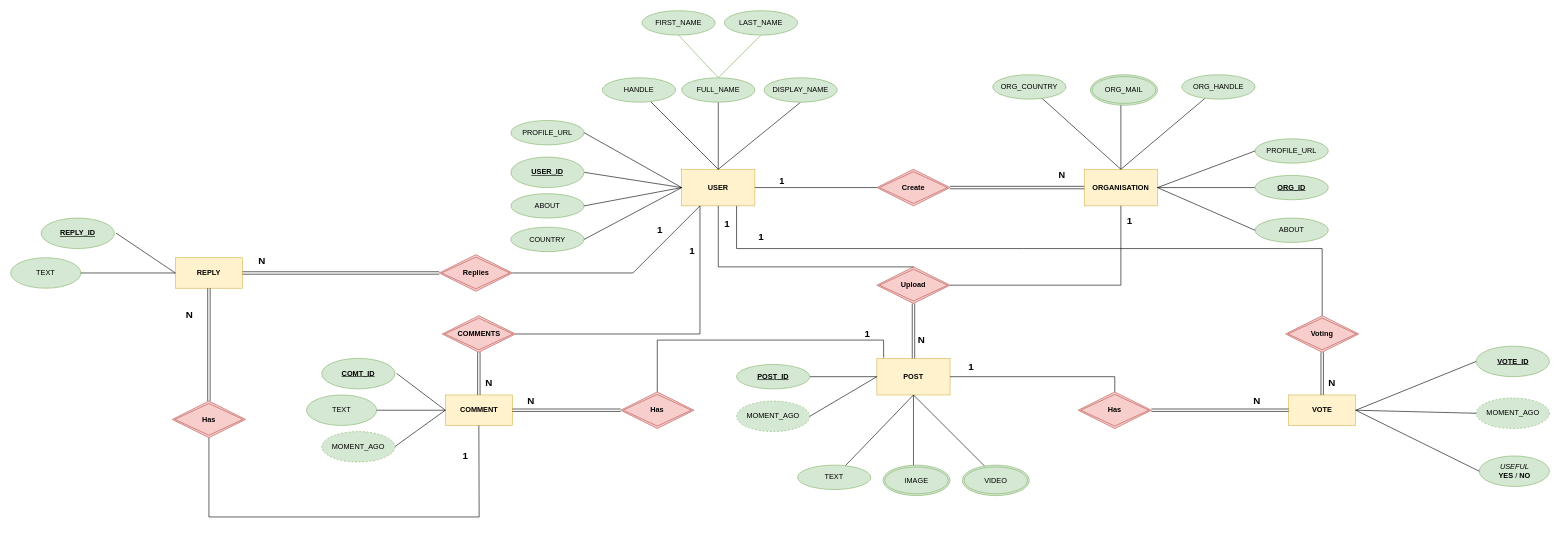
Above: codelabz.drawio in mohdhaider07/DrumKit (draw.io), before the change. Source tidied: cells renumbered, new cells numbered last; positions are measured from the earlier drawing's top-left corner, leaving out a move shared by most shapes. Both pictures are drawn from the tidied source at 61%, with x=0, y=0 at pixel (10, 10).
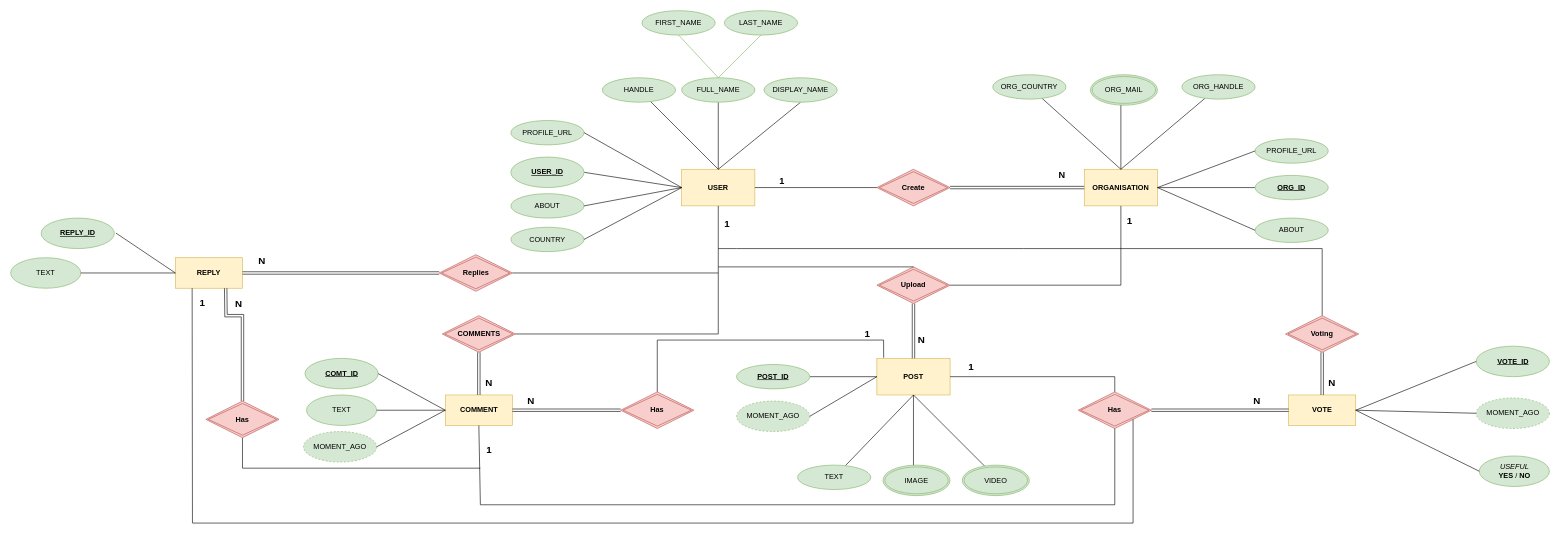
Above is the later version.

Unchanged cells that the change refers to:
```xml
<mxCell id="2" value="USER" style="rounded=0;whiteSpace=wrap;html=1;fillColor=#fff2cc;strokeColor=#d6b656;fontStyle=1;" parent="1" vertex="1">
  <mxGeometry x="1100" y="260" width="120" height="60" as="geometry" />
</mxCell>
<mxCell id="57" value="COMMENT" style="whiteSpace=wrap;html=1;align=center;fontStyle=1;fillColor=#fff2cc;strokeColor=#d6b656;" parent="1" vertex="1">
  <mxGeometry x="712.5" y="630" width="110" height="50" as="geometry" />
</mxCell>
<mxCell id="64" value="COMMENTS" style="shape=rhombus;double=1;perimeter=rhombusPerimeter;whiteSpace=wrap;html=1;align=center;fillColor=#f8cecc;strokeColor=#b85450;fontStyle=1;" parent="1" vertex="1">
  <mxGeometry x="707.5" y="500" width="120" height="60" as="geometry" />
</mxCell>
<mxCell id="82" value="Voting" style="shape=rhombus;double=1;perimeter=rhombusPerimeter;whiteSpace=wrap;html=1;align=center;fontStyle=1;fillColor=#f8cecc;strokeColor=#b85450;" parent="1" vertex="1">
  <mxGeometry x="2090" y="500" width="120" height="60" as="geometry" />
</mxCell>
<mxCell id="87" value="Has" style="shape=rhombus;double=1;perimeter=rhombusPerimeter;whiteSpace=wrap;html=1;align=center;fillColor=#f8cecc;strokeColor=#b85450;fontStyle=1;" parent="1" vertex="1">
  <mxGeometry x="1750" y="625" width="120" height="60" as="geometry" />
</mxCell>
<mxCell id="90" value="REPLY" style="whiteSpace=wrap;html=1;align=center;fontStyle=1;fillColor=#fff2cc;strokeColor=#d6b656;" parent="1" vertex="1">
  <mxGeometry x="270" y="405" width="110" height="50" as="geometry" />
</mxCell>
<mxCell id="94" value="Replies" style="shape=rhombus;double=1;perimeter=rhombusPerimeter;whiteSpace=wrap;html=1;align=center;fillColor=#f8cecc;strokeColor=#b85450;fontStyle=1;" parent="1" vertex="1">
  <mxGeometry x="702.5" y="400" width="120" height="60" as="geometry" />
</mxCell>
```

Change to the diagram source:
```diff
@@
-    <mxCell id="26" value="1" style="text;html=1;align=center;verticalAlign=middle;strokeColor=none;fillColor=none;fontSize=16;fontStyle=1;" parent="1" vertex="1">
-      <mxGeometry x="1215" y="355" width="30" height="30" as="geometry" />
-    </mxCell>
@@
     <mxCell id="59" value="COMT_ID" style="ellipse;whiteSpace=wrap;html=1;align=center;fontStyle=5;fillColor=#d5e8d4;strokeColor=#82b366;" parent="1" vertex="1">
-      <mxGeometry x="510" y="570" width="120" height="50" as="geometry" />
+      <mxGeometry x="482.5" y="570" width="120" height="50" as="geometry" />
     </mxCell>
     <mxCell id="60" value="MOMENT_AGO" style="ellipse;whiteSpace=wrap;html=1;align=center;dashed=1;fillColor=#d5e8d4;strokeColor=#82b366;fontStyle=0;" parent="1" vertex="1">
-      <mxGeometry x="510" y="690" width="120" height="50" as="geometry" />
+      <mxGeometry x="480" y="690" width="120" height="50" as="geometry" />
     </mxCell>
-    <mxCell id="61" style="endArrow=none;html=1;rounded=0;entryX=0;entryY=0.5;entryDx=0;entryDy=0;" parent="1" edge="1" target="57">
-      <mxGeometry relative="1" as="geometry">
-        <mxPoint x="632.5" y="594.5" as="sourcePoint" />
-      </mxGeometry>
+    <mxCell id="61" style="endArrow=none;html=1;rounded=0;entryX=0;entryY=0.5;entryDx=0;entryDy=0;exitX=1;exitY=0.5;exitDx=0;exitDy=0;" parent="1" edge="1" source="59" target="57">
+      <mxGeometry relative="1" as="geometry" />
     </mxCell>
@@
-    <mxCell id="63" style="endArrow=none;html=1;rounded=0;entryX=0;entryY=0.5;entryDx=0;entryDy=0;" parent="1" edge="1" target="57">
-      <mxGeometry relative="1" as="geometry">
-        <mxPoint x="630" y="714.5" as="sourcePoint" />
-      </mxGeometry>
+    <mxCell id="63" style="endArrow=none;html=1;rounded=0;entryX=0;entryY=0.5;entryDx=0;entryDy=0;exitX=1;exitY=0.5;exitDx=0;exitDy=0;" parent="1" edge="1" source="60" target="57">
+      <mxGeometry relative="1" as="geometry" />
     </mxCell>
@@
-    <mxCell id="67" style="endArrow=none;html=1;rounded=0;entryX=0.25;entryY=1;entryDx=0;entryDy=0;exitX=1;exitY=0.5;exitDx=0;exitDy=0;" parent="1" edge="1" source="64" target="2">
+    <mxCell id="67" style="endArrow=none;html=1;rounded=0;exitX=1;exitY=0.5;exitDx=0;exitDy=0;" parent="1" edge="1" source="64">
       <mxGeometry relative="1" as="geometry">
+        <mxPoint x="1160" y="420" as="targetPoint" />
         <Array as="points">
           <mxPoint x="1130" y="530" />
-          <mxPoint x="1130" y="380" />
+          <mxPoint x="1160" y="530" />
         </Array>
       </mxGeometry>
     </mxCell>
@@
-    <mxCell id="73" style="endArrow=none;html=1;rounded=0;exitX=0.75;exitY=1;exitDx=0;exitDy=0;entryX=0.5;entryY=0;entryDx=0;entryDy=0;" parent="1" edge="1" source="2" target="82">
+    <mxCell id="73" style="endArrow=none;html=1;rounded=0;entryX=0.5;entryY=0;entryDx=0;entryDy=0;" parent="1" edge="1" target="82">
       <mxGeometry relative="1" as="geometry">
+        <mxPoint x="1160" y="390" as="sourcePoint" />
         <Array as="points">
           <mxPoint x="1190" y="390" />
           <mxPoint x="1660" y="390" />
           <mxPoint x="2150" y="390" />
         </Array>
       </mxGeometry>
     </mxCell>
@@
-    <mxCell id="91" style="endArrow=none;html=1;rounded=0;entryX=0.25;entryY=1;entryDx=0;entryDy=0;exitX=1;exitY=0.5;exitDx=0;exitDy=0;" parent="1" edge="1" source="94" target="2">
+    <mxCell id="91" style="endArrow=none;html=1;rounded=0;exitX=1;exitY=0.5;exitDx=0;exitDy=0;" parent="1" edge="1" source="94">
       <mxGeometry relative="1" as="geometry">
+        <mxPoint x="1160" y="430" as="targetPoint" />
         <Array as="points">
           <mxPoint x="1020" y="430" />
         </Array>
       </mxGeometry>
     </mxCell>
-    <mxCell id="92" value="1" style="html=1;whiteSpace=wrap;align=right;verticalAlign=bottom;fontSize=16;fontStyle=1;" parent="91" vertex="1">
-      <mxGeometry x="1" relative="1" as="geometry">
-        <mxPoint x="-60" y="50" as="offset" />
-      </mxGeometry>
-    </mxCell>
-    <mxCell id="93" value="1" style="html=1;whiteSpace=wrap;align=right;verticalAlign=bottom;fontSize=16;fontStyle=1;" parent="1" vertex="1">
-      <mxGeometry x="1120" y="375" as="geometry">
-        <mxPoint x="3" y="30" as="offset" />
-      </mxGeometry>
-    </mxCell>
@@
-    <mxCell id="101" style="endArrow=none;html=1;rounded=0;entryX=0.5;entryY=1;entryDx=0;entryDy=0;exitX=0.5;exitY=1;exitDx=0;exitDy=0;" parent="1" edge="1" source="103" target="57">
+    <mxCell id="101" style="endArrow=none;html=1;rounded=0;exitX=0.5;exitY=1;exitDx=0;exitDy=0;" parent="1" edge="1" source="103">
       <mxGeometry relative="1" as="geometry">
+        <mxPoint x="770" y="750" as="targetPoint" />
         <Array as="points">
-          <mxPoint x="325" y="830" />
-          <mxPoint x="768" y="830" />
+          <mxPoint x="380" y="750" />
         </Array>
       </mxGeometry>
     </mxCell>
-    <mxCell id="102" value="1" style="html=1;whiteSpace=wrap;align=right;verticalAlign=bottom;fontSize=16;fontStyle=1;" parent="101" vertex="1">
-      <mxGeometry x="1" relative="1" as="geometry">
-        <mxPoint x="-17" y="60" as="offset" />
-      </mxGeometry>
-    </mxCell>
     <mxCell id="103" value="Has" style="shape=rhombus;double=1;perimeter=rhombusPerimeter;whiteSpace=wrap;html=1;align=center;fillColor=#f8cecc;strokeColor=#b85450;fontStyle=1;" parent="1" vertex="1">
-      <mxGeometry x="265" y="640" width="120" height="60" as="geometry" />
+      <mxGeometry x="320" y="640" width="120" height="60" as="geometry" />
     </mxCell>
-    <mxCell id="104" style="shape=link;html=1;rounded=0;exitX=0.5;exitY=0;exitDx=0;exitDy=0;entryX=0.5;entryY=1;entryDx=0;entryDy=0;" parent="1" edge="1" source="103" target="90">
-      <mxGeometry relative="1" as="geometry" />
+    <mxCell id="104" style="shape=link;html=1;rounded=0;exitX=0.5;exitY=0;exitDx=0;exitDy=0;entryX=0.75;entryY=1;entryDx=0;entryDy=0;" parent="1" edge="1" source="103" target="90">
+      <mxGeometry relative="1" as="geometry">
+        <Array as="points">
+          <mxPoint x="380" y="500" />
+          <mxPoint x="353" y="500" />
+        </Array>
+      </mxGeometry>
     </mxCell>
     <mxCell id="105" value="N" style="html=1;whiteSpace=wrap;align=right;verticalAlign=bottom;fontSize=16;fontStyle=1;" parent="104" vertex="1">
       <mxGeometry x="1" relative="1" as="geometry">
-        <mxPoint x="-25" y="55" as="offset" />
+        <mxPoint x="28" y="36" as="offset" />
       </mxGeometry>
     </mxCell>
+    <mxCell id="106" style="endArrow=none;html=1;rounded=0;entryX=0.5;entryY=1;entryDx=0;entryDy=0;exitX=0.5;exitY=1;exitDx=0;exitDy=0;" parent="1" edge="1" source="57" target="87">
+      <mxGeometry relative="1" as="geometry">
+        <Array as="points">
+          <mxPoint x="770" y="810" />
+          <mxPoint x="1230" y="810" />
+          <mxPoint x="1810" y="810" />
+        </Array>
+      </mxGeometry>
+    </mxCell>
+    <mxCell id="107" value="1" style="html=1;whiteSpace=wrap;align=right;verticalAlign=bottom;fontSize=16;fontStyle=1;" parent="106" vertex="1">
+      <mxGeometry x="1" relative="1" as="geometry">
+        <mxPoint x="-1020" y="45" as="offset" />
+      </mxGeometry>
+    </mxCell>
+    <mxCell id="108" value="1" style="html=1;whiteSpace=wrap;align=right;verticalAlign=bottom;fontSize=16;fontStyle=1;" parent="1" vertex="1">
+      <mxGeometry x="320" y="490" as="geometry" />
+    </mxCell>
+    <mxCell id="109" style="endArrow=none;html=1;rounded=0;exitX=0.25;exitY=1;exitDx=0;exitDy=0;entryX=1;entryY=1;entryDx=0;entryDy=0;" parent="1" edge="1" source="90" target="87">
+      <mxGeometry relative="1" as="geometry">
+        <Array as="points">
+          <mxPoint x="298" y="840" />
+          <mxPoint x="1840" y="840" />
+        </Array>
+      </mxGeometry>
+    </mxCell>
```
